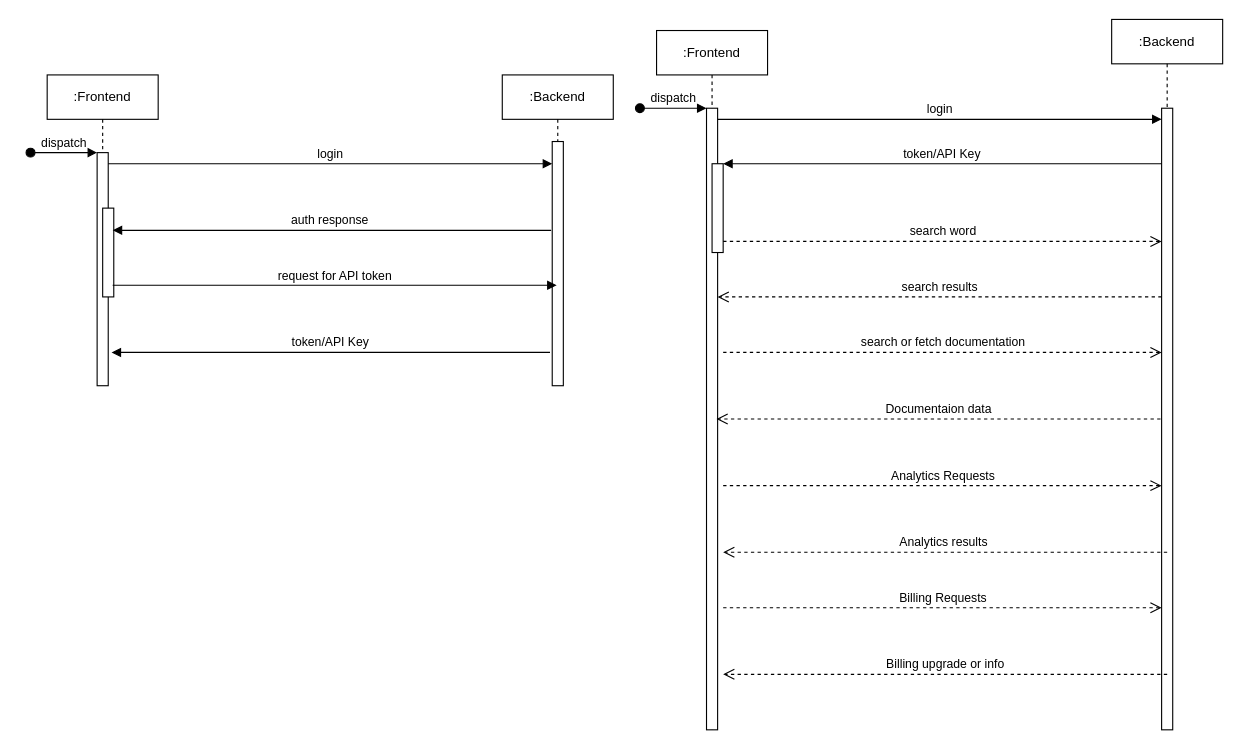
Earlier version of the draw.io diagram public/Untitled Diagram.drawio (davydocsurg/onemart). Source tidied: cells renumbered, new cells numbered last; positions are measured from the earlier drawing's top-left corner, leaving out a move shared by most shapes. Both pictures are drawn from the tidied source at 111%, with x=0, y=0 at pixel (30, 19).
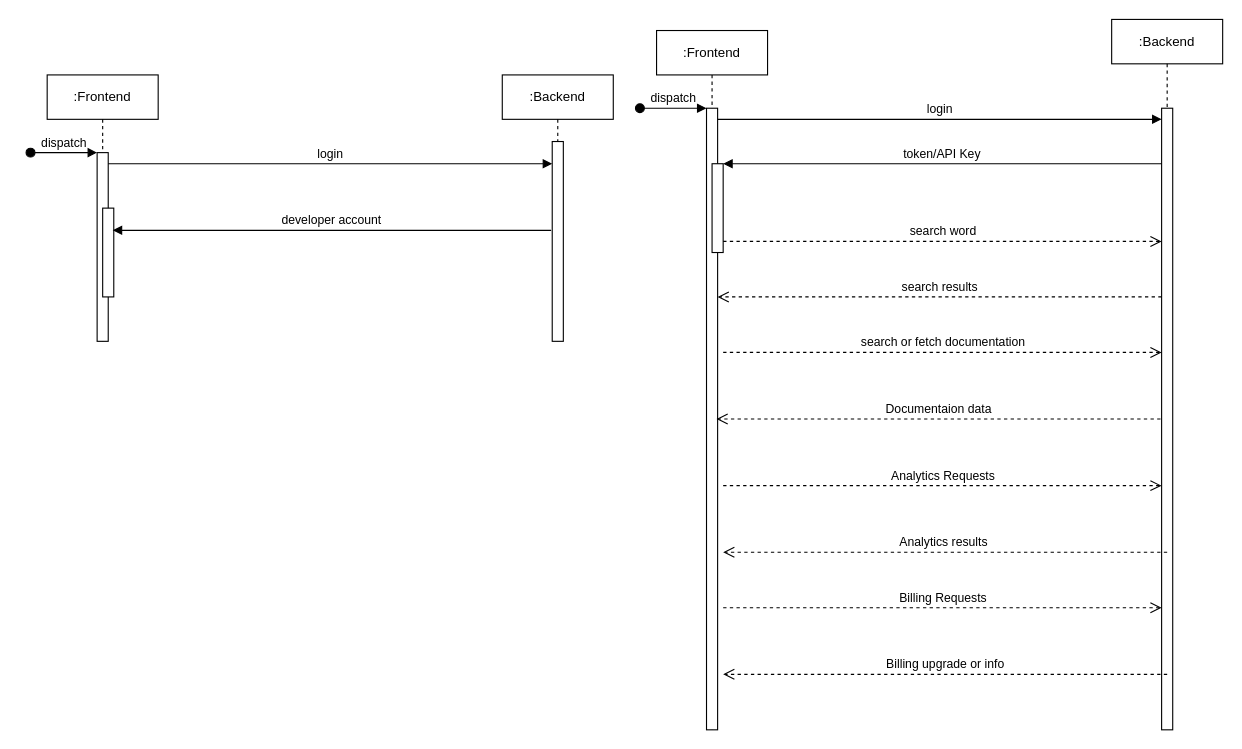
The same diagram, later.

Diff of the diagram source:
```diff
@@
     <mxCell id="2" value=":Frontend" style="shape=umlLifeline;perimeter=lifelinePerimeter;whiteSpace=wrap;html=1;newEdgeStyle={&quot;edgeStyle&quot;:&quot;elbowEdgeStyle&quot;,&quot;elbow&quot;:&quot;vertical&quot;,&quot;curved&quot;:0,&quot;rounded&quot;:0};" parent="1" vertex="1">
-      <mxGeometry x="15" y="50" width="100" height="280" as="geometry" />
+      <mxGeometry x="15" y="50" width="100" height="240" as="geometry" />
     </mxCell>
     <mxCell id="3" style="html=1;points=[];perimeter=orthogonalPerimeter;outlineConnect=0;targetShapes=umlLifeline;portConstraint=eastwest;newEdgeStyle={&quot;edgeStyle&quot;:&quot;elbowEdgeStyle&quot;,&quot;elbow&quot;:&quot;vertical&quot;,&quot;curved&quot;:0,&quot;rounded&quot;:0};" parent="2" vertex="1">
-      <mxGeometry x="45" y="70" width="10" height="210" as="geometry" />
+      <mxGeometry x="45" y="70" width="10" height="170" as="geometry" />
     </mxCell>
@@
     <mxCell id="6" value=":Backend" style="shape=umlLifeline;perimeter=lifelinePerimeter;whiteSpace=wrap;html=1;newEdgeStyle={&quot;edgeStyle&quot;:&quot;elbowEdgeStyle&quot;,&quot;elbow&quot;:&quot;vertical&quot;,&quot;curved&quot;:0,&quot;rounded&quot;:0};" parent="1" vertex="1">
-      <mxGeometry x="425" y="50" width="100" height="280" as="geometry" />
+      <mxGeometry x="425" y="50" width="100" height="240" as="geometry" />
     </mxCell>
     <mxCell id="7" style="html=1;points=[];perimeter=orthogonalPerimeter;outlineConnect=0;targetShapes=umlLifeline;portConstraint=eastwest;newEdgeStyle={&quot;edgeStyle&quot;:&quot;elbowEdgeStyle&quot;,&quot;elbow&quot;:&quot;vertical&quot;,&quot;curved&quot;:0,&quot;rounded&quot;:0};" parent="6" vertex="1">
-      <mxGeometry x="45" y="60" width="10" height="220" as="geometry" />
+      <mxGeometry x="45" y="60" width="10" height="180" as="geometry" />
     </mxCell>
@@
-    <mxCell id="9" value="token/API Key" style="html=1;verticalAlign=bottom;endArrow=block;edgeStyle=elbowEdgeStyle;elbow=horizontal;curved=0;rounded=0;" parent="1" edge="1">
-      <mxGeometry relative="1" as="geometry">
-        <mxPoint x="468" y="300" as="sourcePoint" />
-        <mxPoint x="73" y="300" as="targetPoint" />
-        <Array as="points">
-          <mxPoint x="192" y="300" />
-          <mxPoint x="302" y="290" />
-          <mxPoint x="262" y="250" />
-          <mxPoint x="163" y="220" />
-        </Array>
-      </mxGeometry>
-    </mxCell>
@@
-    <mxCell id="26" value="auth response&amp;nbsp;" style="html=1;verticalAlign=bottom;endArrow=block;edgeStyle=elbowEdgeStyle;elbow=horizontal;curved=0;rounded=0;" parent="1" edge="1">
+    <mxCell id="26" value="developer account" style="html=1;verticalAlign=bottom;endArrow=block;edgeStyle=elbowEdgeStyle;elbow=horizontal;curved=0;rounded=0;" parent="1" edge="1">
       <mxGeometry relative="1" as="geometry">
         <mxPoint x="469" y="190" as="sourcePoint" />
         <mxPoint x="74" y="190" as="targetPoint" />
         <Array as="points">
           <mxPoint x="164" y="190" />
         </Array>
       </mxGeometry>
     </mxCell>
-    <mxCell id="27" value="request for API token" style="html=1;verticalAlign=bottom;endArrow=block;edgeStyle=elbowEdgeStyle;elbow=vertical;curved=0;rounded=0;" parent="1" edge="1">
-      <mxGeometry relative="1" as="geometry">
-        <mxPoint x="74" y="239.5" as="sourcePoint" />
-        <mxPoint x="474" y="239.5" as="targetPoint" />
-        <Array as="points">
-          <mxPoint x="159" y="239.5" />
-        </Array>
-      </mxGeometry>
-    </mxCell>
```
